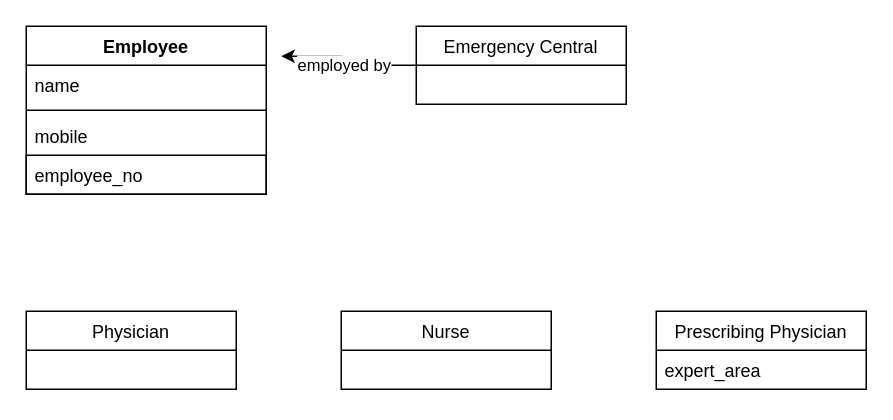
Above: Untitled Diagram.drawio in kestersimm/drawio (draw.io), before the change. Source tidied: cells renumbered, new cells numbered last; positions are measured from the earlier drawing's top-left corner, leaving out a move shared by most shapes. Both pictures are drawn from the tidied source at 150%, with x=0, y=0 at pixel (26, 26).
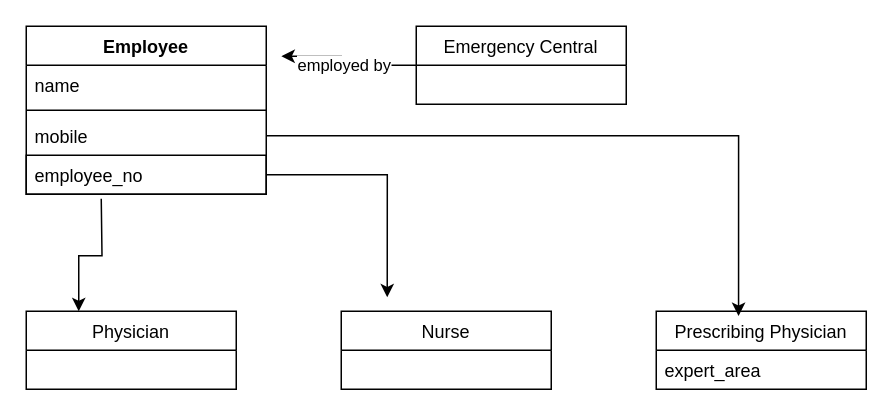
The same diagram, later.

What changed in the source:
```diff
@@
 <mxGraphModel background="#ffffff">
   <root>
     <mxCell id="0" />
     <mxCell id="1" parent="0" />
     <mxCell id="2" value="Employee" style="swimlane;fontStyle=1;align=center;verticalAlign=top;horizontal=1;startSize=26;" parent="1" vertex="1">
       <mxGeometry width="160" height="112" as="geometry" />
     </mxCell>
     <mxCell id="3" value="name" style="text;strokeColor=none;fillColor=none;align=left;verticalAlign=top;spacingLeft=4;spacingRight=4;overflow=hidden;points=[[0,0.5],[1,0.5]];portConstraint=eastwest;" parent="2" vertex="1">
       <mxGeometry y="26" width="160" height="26" as="geometry" />
     </mxCell>
     <mxCell id="4" style="line;strokeWidth=1;fillColor=none;align=left;verticalAlign=middle;spacingTop=-1;spacingLeft=3;spacingRight=3;labelPosition=right;" parent="2" vertex="1">
       <mxGeometry y="52" width="160" height="8" as="geometry" />
     </mxCell>
     <mxCell id="5" value="mobile" style="text;strokeColor=none;fillColor=none;align=left;verticalAlign=top;spacingLeft=4;spacingRight=4;overflow=hidden;points=[[0,0.5],[1,0.5]];portConstraint=eastwest;" parent="2" vertex="1">
       <mxGeometry y="60" width="160" height="26" as="geometry" />
     </mxCell>
     <mxCell id="6" value="employee_no" style="text;strokeColor=#000000;fillColor=none;align=left;verticalAlign=top;spacingLeft=4;spacingRight=4;overflow=hidden;points=[[0,0.5],[1,0.5]];portConstraint=eastwest;" parent="2" vertex="1">
       <mxGeometry y="86" width="160" height="26" as="geometry" />
     </mxCell>
     <mxCell id="7" value="Physician" style="swimlane;fontStyle=0;horizontal=1;startSize=26;fillColor=none;strokeColor=#000000;" parent="1" vertex="1">
       <mxGeometry y="190" width="140" height="52" as="geometry" />
     </mxCell>
     <mxCell id="8" value="Nurse" style="swimlane;fontStyle=0;horizontal=1;startSize=26;fillColor=none;strokeColor=#000000;" parent="1" vertex="1">
       <mxGeometry x="210" y="190" width="140" height="52" as="geometry" />
     </mxCell>
     <mxCell id="9" value="Prescribing Physician" style="swimlane;fontStyle=0;horizontal=1;startSize=26;fillColor=none;strokeColor=#000000;" parent="1" vertex="1">
       <mxGeometry x="420" y="190" width="140" height="52" as="geometry" />
     </mxCell>
     <mxCell id="10" value="expert_area" style="text;strokeColor=none;fillColor=none;align=left;verticalAlign=top;spacingLeft=4;spacingRight=4;overflow=hidden;" parent="9" vertex="1">
       <mxGeometry y="26" width="140" height="26" as="geometry" />
     </mxCell>
     <mxCell id="11" value="employed by" style="edgeStyle=orthogonalEdgeStyle;rounded=0;jettySize=auto;html=1;entryX=1.063;entryY=-0.231;entryDx=0;entryDy=0;entryPerimeter=0;" parent="1" edge="1" source="12" target="3">
       <mxGeometry relative="1" as="geometry" />
     </mxCell>
     <mxCell id="12" value="Emergency Central" style="swimlane;fontStyle=0;horizontal=1;startSize=26;fillColor=none;strokeColor=#000000;" parent="1" vertex="1">
       <mxGeometry x="260" width="140" height="52" as="geometry" />
     </mxCell>
+    <mxCell id="13" style="edgeStyle=orthogonalEdgeStyle;rounded=0;jettySize=auto;html=1;entryX=0.25;entryY=0;entryDx=0;entryDy=0;" parent="1" edge="1" target="7">
+      <mxGeometry relative="1" as="geometry">
+        <mxPoint x="50" y="115" as="sourcePoint" />
+      </mxGeometry>
+    </mxCell>
+    <mxCell id="14" style="edgeStyle=orthogonalEdgeStyle;rounded=0;jettySize=auto;html=1;entryX=0.219;entryY=-0.178;entryDx=0;entryDy=0;entryPerimeter=0;" parent="1" edge="1" source="6" target="8">
+      <mxGeometry relative="1" as="geometry" />
+    </mxCell>
+    <mxCell id="15" style="edgeStyle=orthogonalEdgeStyle;rounded=0;jettySize=auto;html=1;exitX=1;exitY=0.5;exitDx=0;exitDy=0;entryX=0.392;entryY=0.062;entryDx=0;entryDy=0;entryPerimeter=0;" parent="1" edge="1" source="5" target="9">
+      <mxGeometry relative="1" as="geometry" />
+    </mxCell>
   </root>
 </mxGraphModel>
```
